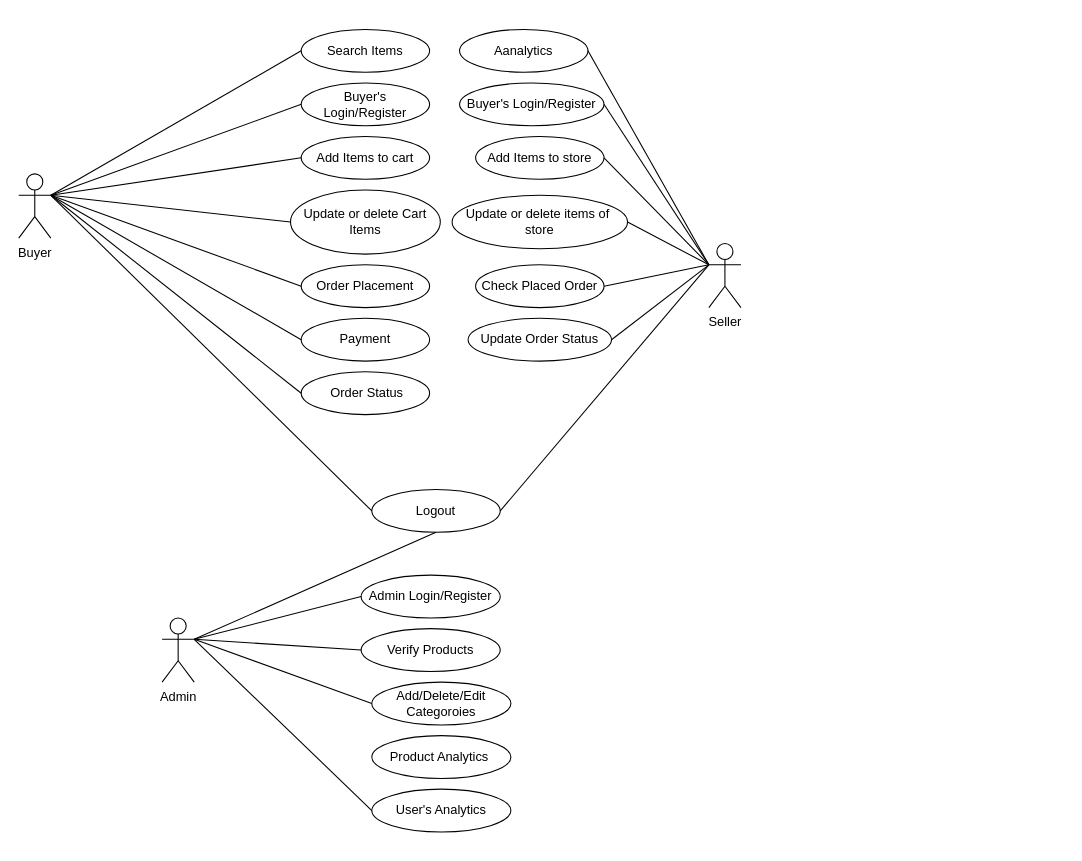
Dhiraj275/ecommerce-srs keeps this draw.io diagram as diagram/Use Case Diagram.drawio. Above is the earlier version. Source tidied: cells renumbered, new cells numbered last; positions are measured from the earlier drawing's top-left corner, leaving out a move shared by most shapes. Both pictures are drawn from the tidied source at 107%, with x=0, y=0 at pixel (18, 29).
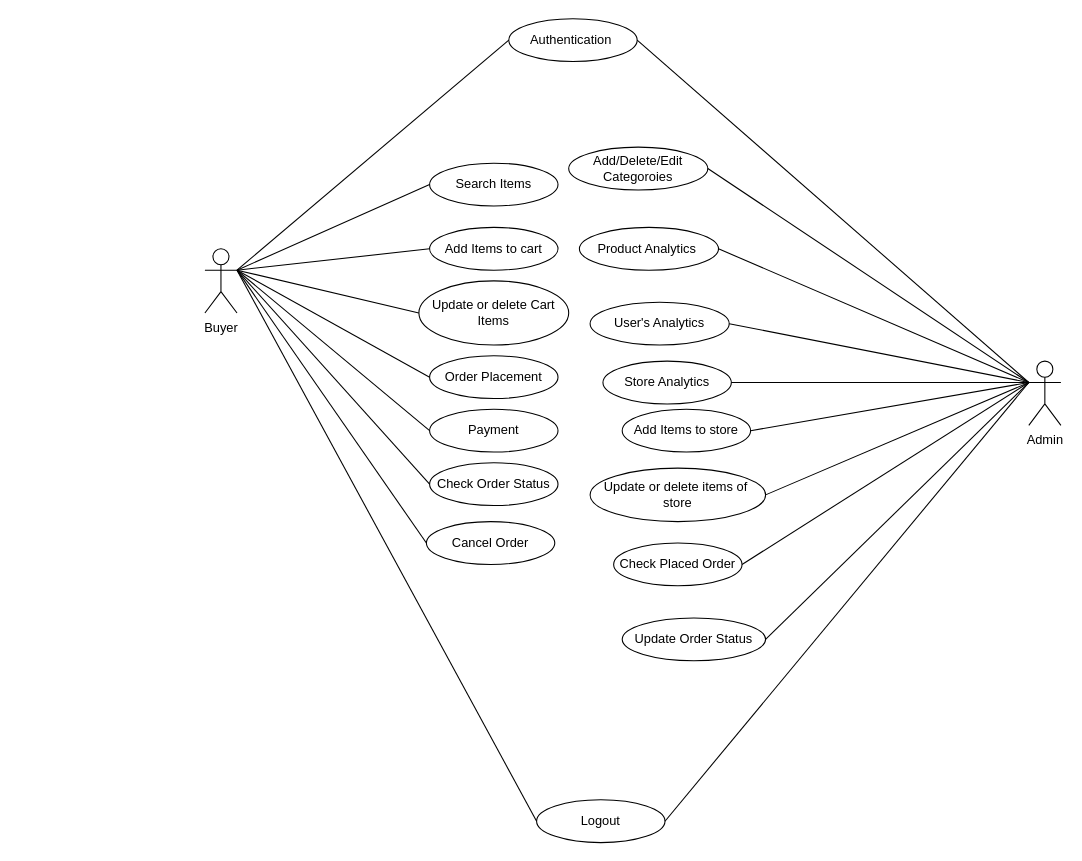
Above is the later version.

Diff of the diagram source:
```diff
@@
     <mxCell id="2" value="Buyer" style="shape=umlActor;verticalLabelPosition=bottom;verticalAlign=top;html=1;outlineConnect=0;" parent="1" vertex="1">
-      <mxGeometry y="135" width="30" height="60" as="geometry" />
+      <mxGeometry x="174" y="205" width="30" height="60" as="geometry" />
     </mxCell>
-    <mxCell id="3" value="Buyer's Login/Register" style="ellipse;whiteSpace=wrap;html=1;" parent="1" vertex="1">
-      <mxGeometry x="264" y="50" width="120" height="40" as="geometry" />
-    </mxCell>
-    <mxCell id="4" style="endArrow=none;html=1;rounded=0;exitX=1;exitY=0.3333333333333333;exitDx=0;exitDy=0;exitPerimeter=0;entryX=0;entryY=0.5;entryDx=0;entryDy=0;" parent="1" edge="1" source="2" target="3">
-      <mxGeometry relative="1" as="geometry" />
-    </mxCell>
     <mxCell id="5" value="Add Items to cart" style="ellipse;whiteSpace=wrap;html=1;" parent="1" vertex="1">
-      <mxGeometry x="264" y="100" width="120" height="40" as="geometry" />
+      <mxGeometry x="384" y="185" width="120" height="40" as="geometry" />
     </mxCell>
     <mxCell id="6" value="Update or delete Cart&lt;br&gt;Items" style="ellipse;whiteSpace=wrap;html=1;" parent="1" vertex="1">
-      <mxGeometry x="254" y="150" width="140" height="60" as="geometry" />
+      <mxGeometry x="374" y="235" width="140" height="60" as="geometry" />
     </mxCell>
     <mxCell id="7" value="Order Placement" style="ellipse;whiteSpace=wrap;html=1;" parent="1" vertex="1">
-      <mxGeometry x="264" y="220" width="120" height="40" as="geometry" />
+      <mxGeometry x="384" y="305" width="120" height="40" as="geometry" />
     </mxCell>
     <mxCell id="8" value="Payment" style="ellipse;whiteSpace=wrap;html=1;" parent="1" vertex="1">
-      <mxGeometry x="264" y="270" width="120" height="40" as="geometry" />
+      <mxGeometry x="384" y="355" width="120" height="40" as="geometry" />
     </mxCell>
@@
-    <mxCell id="13" value="Seller" style="shape=umlActor;verticalLabelPosition=bottom;verticalAlign=top;html=1;outlineConnect=0;" parent="1" vertex="1">
-      <mxGeometry x="645" y="200" width="30" height="60" as="geometry" />
-    </mxCell>
-    <mxCell id="14" value="Buyer's Login/Register" style="ellipse;whiteSpace=wrap;html=1;" parent="1" vertex="1">
-      <mxGeometry x="412" y="50" width="135" height="40" as="geometry" />
-    </mxCell>
-    <mxCell id="15" style="endArrow=none;html=1;rounded=0;exitX=0;exitY=0.3333333333333333;exitDx=0;exitDy=0;exitPerimeter=0;entryX=1;entryY=0.5;entryDx=0;entryDy=0;" parent="1" edge="1" source="13" target="14">
-      <mxGeometry relative="1" as="geometry" />
-    </mxCell>
     <mxCell id="16" value="Add Items to store" style="ellipse;whiteSpace=wrap;html=1;" parent="1" vertex="1">
-      <mxGeometry x="427" y="100" width="120" height="40" as="geometry" />
+      <mxGeometry x="564" y="355" width="120" height="40" as="geometry" />
     </mxCell>
     <mxCell id="17" value="Update or delete items of&amp;nbsp; store" style="ellipse;whiteSpace=wrap;html=1;" parent="1" vertex="1">
-      <mxGeometry x="405" y="155" width="164" height="50" as="geometry" />
+      <mxGeometry x="534" y="410" width="164" height="50" as="geometry" />
     </mxCell>
     <mxCell id="18" value="Check Placed Order" style="ellipse;whiteSpace=wrap;html=1;" parent="1" vertex="1">
-      <mxGeometry x="427" y="220" width="120" height="40" as="geometry" />
+      <mxGeometry x="556" y="480" width="120" height="40" as="geometry" />
     </mxCell>
     <mxCell id="19" value="Update Order Status" style="ellipse;whiteSpace=wrap;html=1;" parent="1" vertex="1">
-      <mxGeometry x="420" y="270" width="134" height="40" as="geometry" />
+      <mxGeometry x="564" y="550" width="134" height="40" as="geometry" />
     </mxCell>
-    <mxCell id="20" style="endArrow=none;html=1;rounded=0;entryX=1;entryY=0.5;entryDx=0;entryDy=0;exitX=0;exitY=0.3333333333333333;exitDx=0;exitDy=0;exitPerimeter=0;" parent="1" edge="1" source="13" target="16">
+    <mxCell id="20" style="endArrow=none;html=1;rounded=0;entryX=1;entryY=0.5;entryDx=0;entryDy=0;exitX=0;exitY=0.3333333333333333;exitDx=0;exitDy=0;exitPerimeter=0;" parent="1" edge="1" source="31" target="16">
       <mxGeometry relative="1" as="geometry" />
     </mxCell>
-    <mxCell id="21" style="endArrow=none;html=1;rounded=0;exitX=0;exitY=0.3333333333333333;exitDx=0;exitDy=0;exitPerimeter=0;entryX=1;entryY=0.5;entryDx=0;entryDy=0;" parent="1" edge="1" source="13" target="17">
+    <mxCell id="21" style="endArrow=none;html=1;rounded=0;exitX=0;exitY=0.3333333333333333;exitDx=0;exitDy=0;exitPerimeter=0;entryX=1;entryY=0.5;entryDx=0;entryDy=0;" parent="1" edge="1" source="31" target="17">
       <mxGeometry relative="1" as="geometry" />
     </mxCell>
-    <mxCell id="22" style="endArrow=none;html=1;rounded=0;entryX=1;entryY=0.5;entryDx=0;entryDy=0;exitX=0;exitY=0.3333333333333333;exitDx=0;exitDy=0;exitPerimeter=0;" parent="1" edge="1" source="13" target="18">
+    <mxCell id="22" style="endArrow=none;html=1;rounded=0;entryX=1;entryY=0.5;entryDx=0;entryDy=0;exitX=0;exitY=0.3333333333333333;exitDx=0;exitDy=0;exitPerimeter=0;" parent="1" edge="1" source="31" target="18">
       <mxGeometry relative="1" as="geometry" />
     </mxCell>
-    <mxCell id="23" style="endArrow=none;html=1;rounded=0;entryX=1;entryY=0.5;entryDx=0;entryDy=0;exitX=0;exitY=0.3333333333333333;exitDx=0;exitDy=0;exitPerimeter=0;" parent="1" edge="1" source="13" target="19">
-      <mxGeometry relative="1" as="geometry" />
-    </mxCell>
     <mxCell id="24" value="Logout" style="ellipse;whiteSpace=wrap;html=1;" parent="1" vertex="1">
-      <mxGeometry x="330" y="430" width="120" height="40" as="geometry" />
+      <mxGeometry x="484" y="720" width="120" height="40" as="geometry" />
     </mxCell>
@@
-    <mxCell id="26" style="endArrow=none;html=1;rounded=0;entryX=1;entryY=0.5;entryDx=0;entryDy=0;exitX=0;exitY=0.3333333333333333;exitDx=0;exitDy=0;exitPerimeter=0;" parent="1" edge="1" source="13" target="24">
-      <mxGeometry relative="1" as="geometry" />
-    </mxCell>
     <mxCell id="27" value="Search Items" style="ellipse;whiteSpace=wrap;html=1;" parent="1" vertex="1">
-      <mxGeometry x="264" width="120" height="40" as="geometry" />
+      <mxGeometry x="384" y="125" width="120" height="40" as="geometry" />
     </mxCell>
@@
-    <mxCell id="29" value="Aanalytics" style="ellipse;whiteSpace=wrap;html=1;" parent="1" vertex="1">
-      <mxGeometry x="412" width="120" height="40" as="geometry" />
+    <mxCell id="29" value="Store Analytics" style="ellipse;whiteSpace=wrap;html=1;" parent="1" vertex="1">
+      <mxGeometry x="546" y="310" width="120" height="40" as="geometry" />
     </mxCell>
-    <mxCell id="30" style="endArrow=none;html=1;rounded=0;entryX=1;entryY=0.5;entryDx=0;entryDy=0;exitX=0;exitY=0.3333333333333333;exitDx=0;exitDy=0;exitPerimeter=0;" parent="1" edge="1" source="13" target="29">
+    <mxCell id="30" style="endArrow=none;html=1;rounded=0;entryX=1;entryY=0.5;entryDx=0;entryDy=0;exitX=0;exitY=0.3333333333333333;exitDx=0;exitDy=0;exitPerimeter=0;" parent="1" edge="1" source="31" target="29">
       <mxGeometry relative="1" as="geometry" />
     </mxCell>
     <mxCell id="31" value="Admin" style="shape=umlActor;verticalLabelPosition=bottom;verticalAlign=top;html=1;outlineConnect=0;" parent="1" vertex="1">
-      <mxGeometry x="134" y="550" width="30" height="60" as="geometry" />
+      <mxGeometry x="944" y="310" width="30" height="60" as="geometry" />
     </mxCell>
-    <mxCell id="32" value="Verify Products" style="ellipse;whiteSpace=wrap;html=1;" parent="1" vertex="1">
-      <mxGeometry x="320" y="560" width="130" height="40" as="geometry" />
-    </mxCell>
-    <mxCell id="33" style="endArrow=none;html=1;rounded=0;entryX=1;entryY=0.3333333333333333;entryDx=0;entryDy=0;entryPerimeter=0;exitX=0;exitY=0.5;exitDx=0;exitDy=0;" parent="1" edge="1" source="32" target="31">
-      <mxGeometry relative="1" as="geometry" />
-    </mxCell>
     <mxCell id="34" value="Add/Delete/Edit Categoroies" style="ellipse;whiteSpace=wrap;html=1;" parent="1" vertex="1">
-      <mxGeometry x="330" y="610" width="130" height="40" as="geometry" />
+      <mxGeometry x="514" y="110" width="130" height="40" as="geometry" />
     </mxCell>
     <mxCell id="35" value="Product Analytics&amp;nbsp;" style="ellipse;whiteSpace=wrap;html=1;" parent="1" vertex="1">
-      <mxGeometry x="330" y="660" width="130" height="40" as="geometry" />
+      <mxGeometry x="524" y="185" width="130" height="40" as="geometry" />
     </mxCell>
     <mxCell id="36" value="User's Analytics" style="ellipse;whiteSpace=wrap;html=1;" parent="1" vertex="1">
-      <mxGeometry x="330" y="710" width="130" height="40" as="geometry" />
+      <mxGeometry x="534" y="255" width="130" height="40" as="geometry" />
     </mxCell>
-    <mxCell id="37" style="endArrow=none;html=1;rounded=0;entryX=1;entryY=0.3333333333333333;entryDx=0;entryDy=0;entryPerimeter=0;exitX=0;exitY=0.5;exitDx=0;exitDy=0;" parent="1" edge="1" source="36" target="31">
+    <mxCell id="37" style="endArrow=none;html=1;rounded=0;exitX=1;exitY=0.5;exitDx=0;exitDy=0;entryX=0;entryY=0.3333333333333333;entryDx=0;entryDy=0;entryPerimeter=0;" parent="1" edge="1" source="36" target="31">
       <mxGeometry relative="1" as="geometry" />
     </mxCell>
-    <mxCell id="38" style="endArrow=none;html=1;rounded=0;exitX=0;exitY=0.5;exitDx=0;exitDy=0;entryX=1;entryY=0.3333333333333333;entryDx=0;entryDy=0;entryPerimeter=0;" parent="1" edge="1" source="34" target="31">
+    <mxCell id="38" style="endArrow=none;html=1;rounded=0;exitX=1;exitY=0.5;exitDx=0;exitDy=0;entryX=0;entryY=0.3333333333333333;entryDx=0;entryDy=0;entryPerimeter=0;" parent="1" edge="1" source="34" target="31">
       <mxGeometry relative="1" as="geometry" />
     </mxCell>
-    <mxCell id="39" style="endArrow=none;html=1;rounded=0;exitX=1;exitY=0.3333333333333333;exitDx=0;exitDy=0;exitPerimeter=0;entryX=0.5;entryY=1;entryDx=0;entryDy=0;" parent="1" edge="1" source="31" target="24">
-      <mxGeometry relative="1" as="geometry" />
-    </mxCell>
-    <mxCell id="40" value="Admin Login/Register" style="ellipse;whiteSpace=wrap;html=1;" parent="1" vertex="1">
-      <mxGeometry x="320" y="510" width="130" height="40" as="geometry" />
-    </mxCell>
-    <mxCell id="41" style="endArrow=none;html=1;rounded=0;entryX=1;entryY=0.3333333333333333;entryDx=0;entryDy=0;entryPerimeter=0;exitX=0;exitY=0.5;exitDx=0;exitDy=0;" parent="1" edge="1" source="40" target="31">
-      <mxGeometry relative="1" as="geometry" />
-    </mxCell>
-    <mxCell id="42" value="&amp;nbsp;Order Status" style="ellipse;whiteSpace=wrap;html=1;" parent="1" vertex="1">
-      <mxGeometry x="264" y="320" width="120" height="40" as="geometry" />
+    <mxCell id="42" value="Check Order Status" style="ellipse;whiteSpace=wrap;html=1;" parent="1" vertex="1">
+      <mxGeometry x="384" y="405" width="120" height="40" as="geometry" />
     </mxCell>
@@
+    <mxCell id="39" style="endArrow=none;html=1;rounded=0;entryX=1;entryY=0.5;entryDx=0;entryDy=0;exitX=0;exitY=0.3333333333333333;exitDx=0;exitDy=0;exitPerimeter=0;" parent="1" edge="1" source="31" target="24">
+      <mxGeometry relative="1" as="geometry" />
+    </mxCell>
+    <mxCell id="44" value="Cancel Order" style="ellipse;whiteSpace=wrap;html=1;" parent="1" vertex="1">
+      <mxGeometry x="381" y="460" width="120" height="40" as="geometry" />
+    </mxCell>
+    <mxCell id="45" style="endArrow=none;html=1;rounded=0;entryX=0;entryY=0.5;entryDx=0;entryDy=0;exitX=1;exitY=0.3333333333333333;exitDx=0;exitDy=0;exitPerimeter=0;" parent="1" edge="1" source="2" target="44">
+      <mxGeometry relative="1" as="geometry" />
+    </mxCell>
+    <mxCell id="46" style="endArrow=none;html=1;rounded=0;entryX=1;entryY=0.5;entryDx=0;entryDy=0;exitX=0;exitY=0.3333333333333333;exitDx=0;exitDy=0;exitPerimeter=0;" parent="1" edge="1" source="31" target="19">
+      <mxGeometry relative="1" as="geometry" />
+    </mxCell>
+    <mxCell id="47" style="endArrow=none;html=1;rounded=0;entryX=1;entryY=0.5;entryDx=0;entryDy=0;exitX=0;exitY=0.3333333333333333;exitDx=0;exitDy=0;exitPerimeter=0;" parent="1" edge="1" source="31" target="35">
+      <mxGeometry relative="1" as="geometry" />
+    </mxCell>
+    <mxCell id="48" value="Authentication&amp;nbsp;" style="ellipse;whiteSpace=wrap;html=1;" parent="1" vertex="1">
+      <mxGeometry x="458" y="-10" width="120" height="40" as="geometry" />
+    </mxCell>
+    <mxCell id="49" style="endArrow=none;html=1;rounded=0;entryX=0;entryY=0.5;entryDx=0;entryDy=0;exitX=1;exitY=0.3333333333333333;exitDx=0;exitDy=0;exitPerimeter=0;" parent="1" edge="1" source="2" target="48">
+      <mxGeometry relative="1" as="geometry" />
+    </mxCell>
+    <mxCell id="50" style="endArrow=none;html=1;rounded=0;entryX=1;entryY=0.5;entryDx=0;entryDy=0;exitX=0;exitY=0.3333333333333333;exitDx=0;exitDy=0;exitPerimeter=0;" parent="1" edge="1" source="31" target="48">
+      <mxGeometry relative="1" as="geometry" />
+    </mxCell>
```
